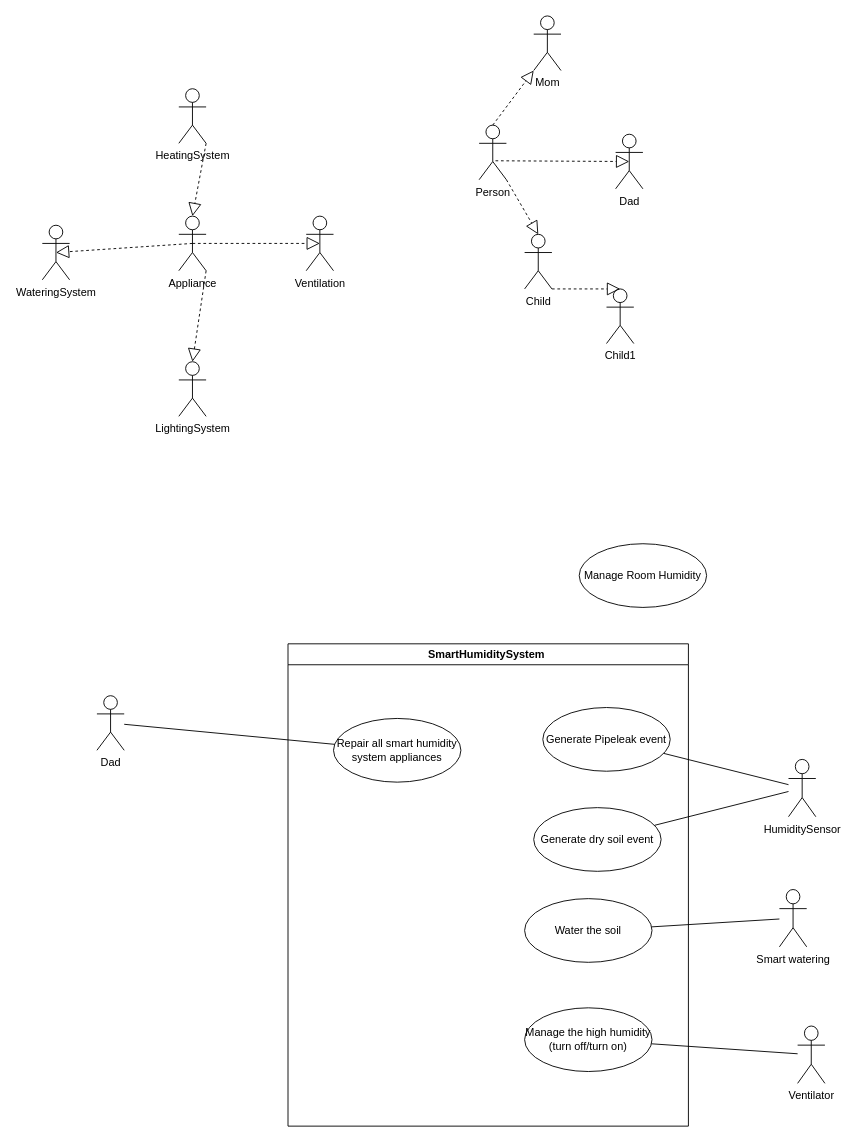
The draw.io diagram actors_catalog.drawio in alfacentaur1/omo_objectModel, before the edit. Source tidied: cells renumbered, new cells numbered last; positions are measured from the earlier drawing's top-left corner, leaving out a move shared by most shapes. Both pictures are drawn from the tidied source at 91%, with x=0, y=0 at pixel (42, 15).
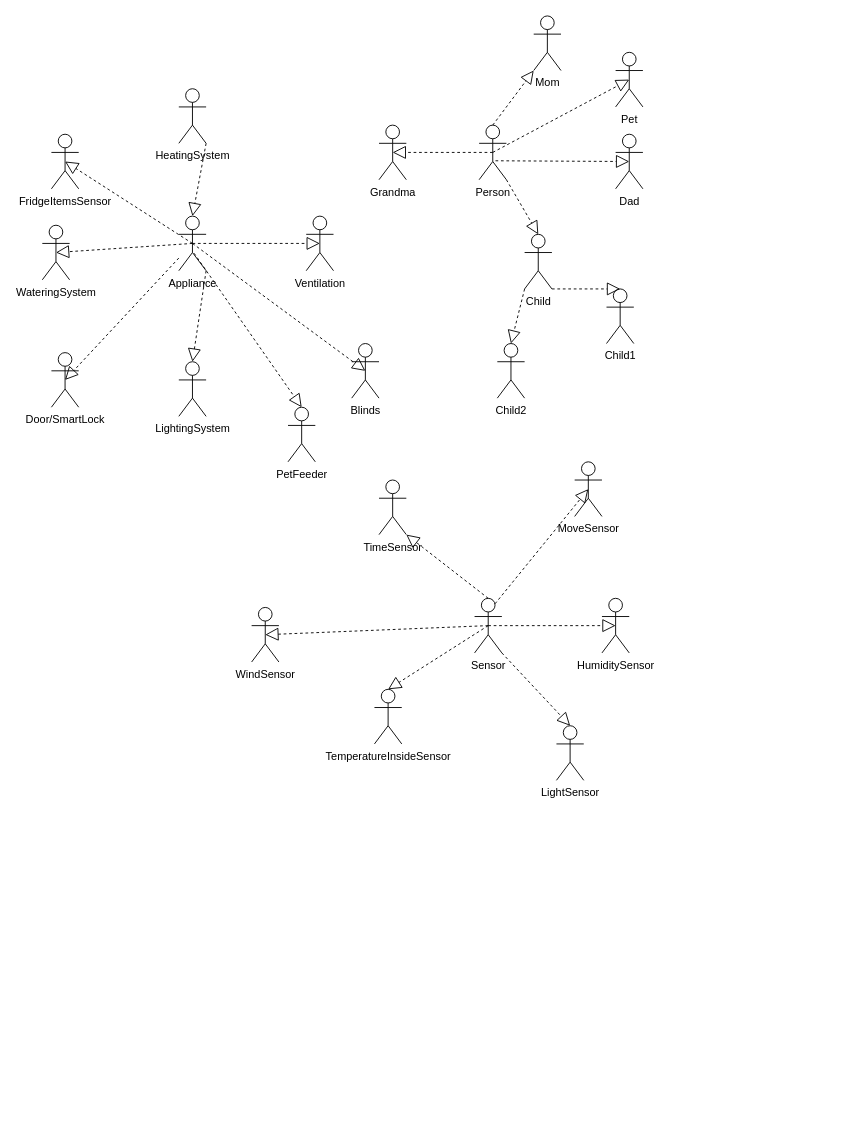
The same diagram, later.

Unchanged cells that the change refers to:
```xml
<mxCell id="2" value="Appliance" style="shape=umlActor;verticalLabelPosition=bottom;verticalAlign=top;html=1;" parent="1" vertex="1">
  <mxGeometry x="150" y="220" width="30" height="60" as="geometry" />
</mxCell>
<mxCell id="5" value="Person" style="shape=umlActor;verticalLabelPosition=bottom;verticalAlign=top;html=1;" parent="1" vertex="1">
  <mxGeometry x="480" y="120" width="30" height="60" as="geometry" />
</mxCell>
<mxCell id="8" value="Child" style="shape=umlActor;verticalLabelPosition=bottom;verticalAlign=top;html=1;" parent="1" vertex="1">
  <mxGeometry x="530" y="240" width="30" height="60" as="geometry" />
</mxCell>
```

Change to the diagram source:
```diff
@@
-    <mxCell id="20" value="SmartHumiditySystem&amp;nbsp;" style="swimlane;whiteSpace=wrap;html=1;" parent="1" vertex="1">
-      <mxGeometry x="270" y="690" width="440" height="530" as="geometry" />
-    </mxCell>
-    <mxCell id="21" value="Generate Pipeleak event" style="ellipse;whiteSpace=wrap;html=1;" parent="20" vertex="1">
-      <mxGeometry x="280" y="70" width="140" height="70" as="geometry" />
-    </mxCell>
-    <mxCell id="22" value="Generate dry soil event" style="ellipse;whiteSpace=wrap;html=1;" parent="20" vertex="1">
-      <mxGeometry x="270" y="180" width="140" height="70" as="geometry" />
-    </mxCell>
-    <mxCell id="23" value="Water the soil" style="ellipse;whiteSpace=wrap;html=1;" parent="20" vertex="1">
-      <mxGeometry x="260" y="280" width="140" height="70" as="geometry" />
-    </mxCell>
-    <mxCell id="24" value="Manage the high humidity&lt;br&gt;(turn off/turn on)" style="ellipse;whiteSpace=wrap;html=1;" parent="20" vertex="1">
-      <mxGeometry x="260" y="400" width="140" height="70" as="geometry" />
-    </mxCell>
-    <mxCell id="25" value="Repair all smart humidity system appliances" style="ellipse;whiteSpace=wrap;html=1;" parent="20" vertex="1">
-      <mxGeometry x="50" y="82" width="140" height="70" as="geometry" />
-    </mxCell>
-    <mxCell id="26" value="Manage Room Humidity" style="ellipse;whiteSpace=wrap;html=1;" parent="1" vertex="1">
-      <mxGeometry x="590" y="580" width="140" height="70" as="geometry" />
-    </mxCell>
+    <mxCell id="36" value="Sensor" style="shape=umlActor;verticalLabelPosition=bottom;verticalAlign=top;html=1;outlineConnect=0;" parent="1" vertex="1">
+      <mxGeometry x="475" y="640" width="30" height="60" as="geometry" />
+    </mxCell>
-    <mxCell id="27" value="HumiditySensor" style="shape=umlActor;verticalLabelPosition=bottom;verticalAlign=top;html=1;" parent="1" vertex="1">
-      <mxGeometry x="820" y="817" width="30" height="63" as="geometry" />
+    <mxCell id="27" value="HumiditySensor" style="shape=umlActor;verticalLabelPosition=bottom;verticalAlign=top;html=1;outlineConnect=0;" parent="1" vertex="1">
+      <mxGeometry x="615" y="640" width="30" height="60" as="geometry" />
     </mxCell>
-    <mxCell id="28" style="endArrow=none;html=1;rounded=0;" parent="1" edge="1" source="22" target="27">
-      <mxGeometry relative="1" as="geometry" />
-    </mxCell>
-    <mxCell id="29" style="endArrow=none;html=1;rounded=0;" parent="1" edge="1" source="21" target="27">
-      <mxGeometry relative="1" as="geometry" />
-    </mxCell>
-    <mxCell id="30" value="Smart watering" style="shape=umlActor;verticalLabelPosition=bottom;verticalAlign=top;html=1;" parent="1" vertex="1">
-      <mxGeometry x="810" y="960" width="30" height="63" as="geometry" />
-    </mxCell>
-    <mxCell id="31" style="endArrow=none;html=1;rounded=0;" parent="1" edge="1" source="23" target="30">
-      <mxGeometry relative="1" as="geometry" />
-    </mxCell>
-    <mxCell id="32" value="Ventilator" style="shape=umlActor;verticalLabelPosition=bottom;verticalAlign=top;html=1;" parent="1" vertex="1">
-      <mxGeometry x="830" y="1110" width="30" height="63" as="geometry" />
-    </mxCell>
-    <mxCell id="33" style="endArrow=none;html=1;rounded=0;" parent="1" edge="1" source="24" target="32">
-      <mxGeometry relative="1" as="geometry" />
-    </mxCell>
-    <mxCell id="34" value="Dad" style="shape=umlActor;verticalLabelPosition=bottom;verticalAlign=top;html=1;" parent="1" vertex="1">
-      <mxGeometry x="60" y="747" width="30" height="60" as="geometry" />
-    </mxCell>
-    <mxCell id="35" style="endArrow=none;html=1;rounded=0;" parent="1" edge="1" source="34" target="25">
-      <mxGeometry relative="1" as="geometry" />
-    </mxCell>
+    <mxCell id="37" style="endArrow=block;dashed=1;endFill=0;endSize=12;html=1;rounded=0;entryX=0.5;entryY=0.5;entryDx=0;entryDy=0;entryPerimeter=0;exitX=0.5;exitY=0.5;exitDx=0;exitDy=0;exitPerimeter=0;" parent="1" edge="1" source="36" target="27">
+      <mxGeometry relative="1" as="geometry" />
+    </mxCell>
+    <mxCell id="38" value="LightSensor" style="shape=umlActor;verticalLabelPosition=bottom;verticalAlign=top;html=1;outlineConnect=0;" parent="1" vertex="1">
+      <mxGeometry x="565" y="780" width="30" height="60" as="geometry" />
+    </mxCell>
+    <mxCell id="39" style="endArrow=block;dashed=1;endFill=0;endSize=12;html=1;rounded=0;entryX=0.5;entryY=0;entryDx=0;entryDy=0;entryPerimeter=0;exitX=1;exitY=1;exitDx=0;exitDy=0;exitPerimeter=0;" parent="1" edge="1" source="36" target="38">
+      <mxGeometry relative="1" as="geometry" />
+    </mxCell>
+    <mxCell id="40" value="TemperatureInsideSensor" style="shape=umlActor;verticalLabelPosition=bottom;verticalAlign=top;html=1;" parent="1" vertex="1">
+      <mxGeometry x="365" y="740" width="30" height="60" as="geometry" />
+    </mxCell>
+    <mxCell id="41" style="endArrow=block;dashed=1;endFill=0;endSize=12;html=1;rounded=0;entryX=0.5;entryY=0;entryDx=0;entryDy=0;entryPerimeter=0;exitX=0.5;exitY=0.5;exitDx=0;exitDy=0;exitPerimeter=0;" parent="1" edge="1" source="36" target="40">
+      <mxGeometry relative="1" as="geometry" />
+    </mxCell>
+    <mxCell id="42" value="Grandma" style="shape=umlActor;verticalLabelPosition=bottom;verticalAlign=top;html=1;" parent="1" vertex="1">
+      <mxGeometry x="370" y="120" width="30" height="60" as="geometry" />
+    </mxCell>
+    <mxCell id="43" style="endArrow=block;dashed=1;endFill=0;endSize=12;html=1;rounded=0;entryX=0.5;entryY=0.5;entryDx=0;entryDy=0;entryPerimeter=0;exitX=0.5;exitY=0.5;exitDx=0;exitDy=0;exitPerimeter=0;" parent="1" edge="1" source="5" target="42">
+      <mxGeometry relative="1" as="geometry" />
+    </mxCell>
+    <mxCell id="44" value="Child2" style="shape=umlActor;verticalLabelPosition=bottom;verticalAlign=top;html=1;" parent="1" vertex="1">
+      <mxGeometry x="500" y="360" width="30" height="60" as="geometry" />
+    </mxCell>
+    <mxCell id="45" style="endArrow=block;dashed=1;endFill=0;endSize=12;html=1;rounded=0;entryX=0.5;entryY=0;entryDx=0;entryDy=0;entryPerimeter=0;exitX=0;exitY=1;exitDx=0;exitDy=0;exitPerimeter=0;" parent="1" edge="1" source="8" target="44">
+      <mxGeometry relative="1" as="geometry" />
+    </mxCell>
+    <mxCell id="46" value="TimeSensor" style="shape=umlActor;verticalLabelPosition=bottom;verticalAlign=top;html=1;outlineConnect=0;" parent="1" vertex="1">
+      <mxGeometry x="370" y="510" width="30" height="60" as="geometry" />
+    </mxCell>
+    <mxCell id="47" style="endArrow=block;dashed=1;endFill=0;endSize=12;html=1;rounded=0;exitX=0.5;exitY=0;exitDx=0;exitDy=0;exitPerimeter=0;entryX=1;entryY=1;entryDx=0;entryDy=0;entryPerimeter=0;" parent="1" edge="1" source="36" target="46">
+      <mxGeometry relative="1" as="geometry" />
+    </mxCell>
+    <mxCell id="48" value="Door/SmartLock" style="shape=umlActor;verticalLabelPosition=bottom;verticalAlign=top;html=1;outlineConnect=0;" parent="1" vertex="1">
+      <mxGeometry x="10" y="370" width="30" height="60" as="geometry" />
+    </mxCell>
+    <mxCell id="49" style="endArrow=block;dashed=1;endFill=0;endSize=12;html=1;rounded=0;entryX=0.5;entryY=0.5;entryDx=0;entryDy=0;entryPerimeter=0;" parent="1" edge="1" source="2" target="48">
+      <mxGeometry relative="1" as="geometry" />
+    </mxCell>
+    <mxCell id="50" style="endArrow=block;dashed=1;endFill=0;endSize=12;html=1;rounded=0;entryX=0.5;entryY=0;entryDx=0;entryDy=0;entryPerimeter=0;exitX=0.56;exitY=0.68;exitDx=0;exitDy=0;exitPerimeter=0;" parent="1" edge="1" source="2" target="59">
+      <mxGeometry relative="1" as="geometry" />
+    </mxCell>
+    <mxCell id="51" value="MoveSensor" style="shape=umlActor;verticalLabelPosition=bottom;verticalAlign=top;html=1;outlineConnect=0;" parent="1" vertex="1">
+      <mxGeometry x="585" y="490" width="30" height="60" as="geometry" />
+    </mxCell>
+    <mxCell id="52" style="endArrow=block;dashed=1;endFill=0;endSize=12;html=1;rounded=0;entryX=0.5;entryY=0.5;entryDx=0;entryDy=0;entryPerimeter=0;exitX=0.75;exitY=0.1;exitDx=0;exitDy=0;exitPerimeter=0;" parent="1" edge="1" source="36" target="51">
+      <mxGeometry relative="1" as="geometry" />
+    </mxCell>
+    <mxCell id="53" value="FridgeItemsSensor" style="shape=umlActor;verticalLabelPosition=bottom;verticalAlign=top;html=1;outlineConnect=0;" parent="1" vertex="1">
+      <mxGeometry x="10" y="130" width="30" height="60" as="geometry" />
+    </mxCell>
+    <mxCell id="54" style="endArrow=block;dashed=1;endFill=0;endSize=12;html=1;rounded=0;entryX=0.5;entryY=0.5;entryDx=0;entryDy=0;entryPerimeter=0;exitX=0.5;exitY=0.5;exitDx=0;exitDy=0;exitPerimeter=0;" parent="1" edge="1" source="2" target="53">
+      <mxGeometry relative="1" as="geometry" />
+    </mxCell>
+    <mxCell id="55" value="Blinds" style="shape=umlActor;verticalLabelPosition=bottom;verticalAlign=top;html=1;outlineConnect=0;" parent="1" vertex="1">
+      <mxGeometry x="340" y="360" width="30" height="60" as="geometry" />
+    </mxCell>
+    <mxCell id="56" style="endArrow=block;dashed=1;endFill=0;endSize=12;html=1;rounded=0;entryX=0.5;entryY=0.5;entryDx=0;entryDy=0;entryPerimeter=0;exitX=0.5;exitY=0.5;exitDx=0;exitDy=0;exitPerimeter=0;" parent="1" edge="1" source="2" target="55">
+      <mxGeometry relative="1" as="geometry" />
+    </mxCell>
+    <mxCell id="57" value="WindSensor" style="shape=umlActor;verticalLabelPosition=bottom;verticalAlign=top;html=1;outlineConnect=0;" parent="1" vertex="1">
+      <mxGeometry x="230" y="650" width="30" height="60" as="geometry" />
+    </mxCell>
+    <mxCell id="58" style="endArrow=block;dashed=1;endFill=0;endSize=12;html=1;rounded=0;entryX=0.5;entryY=0.5;entryDx=0;entryDy=0;entryPerimeter=0;exitX=0.5;exitY=0.5;exitDx=0;exitDy=0;exitPerimeter=0;" parent="1" edge="1" source="36" target="57">
+      <mxGeometry relative="1" as="geometry" />
+    </mxCell>
+    <mxCell id="59" value="PetFeeder" style="shape=umlActor;verticalLabelPosition=bottom;verticalAlign=top;html=1;" parent="1" vertex="1">
+      <mxGeometry x="270" y="430" width="30" height="60" as="geometry" />
+    </mxCell>
+    <mxCell id="60" value="Pet" style="shape=umlActor;verticalLabelPosition=bottom;verticalAlign=top;html=1;" parent="1" vertex="1">
+      <mxGeometry x="630" y="40" width="30" height="60" as="geometry" />
+    </mxCell>
+    <mxCell id="61" style="endArrow=block;dashed=1;endFill=0;endSize=12;html=1;rounded=0;entryX=0.5;entryY=0.5;entryDx=0;entryDy=0;entryPerimeter=0;exitX=0.5;exitY=0.5;exitDx=0;exitDy=0;exitPerimeter=0;" parent="1" edge="1" source="5" target="60">
+      <mxGeometry relative="1" as="geometry" />
+    </mxCell>
```
